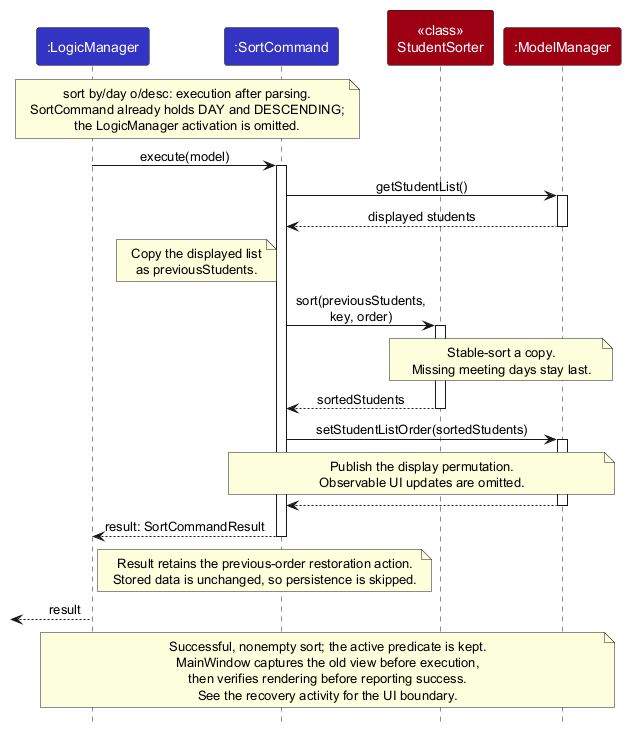
This is docs/images/SortSequenceDiagram.png from AY2627S1-CS2103-F12-1/tp, a PlantUML export, as it was before one commit.
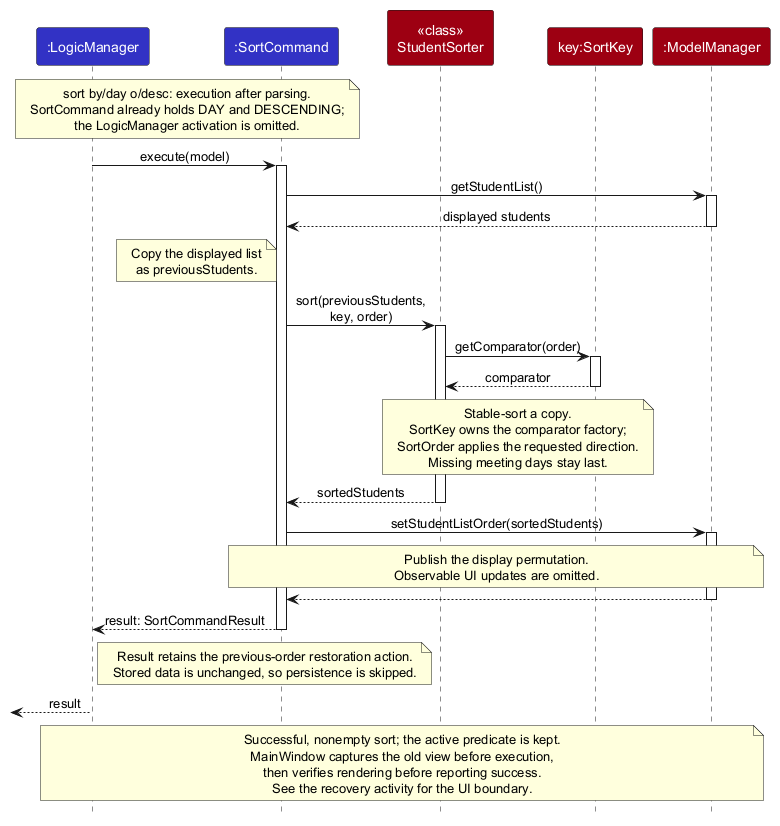
After the change.

Change to the diagram source:
```diff
@@ -5,6 +5,7 @@
 participant ":LogicManager" as Logic LOGIC_COLOR
 participant ":SortCommand" as Command LOGIC_COLOR
 participant "<<class>>\nStudentSorter" as Sorter MODEL_COLOR
+participant "key:SortKey" as Key MODEL_COLOR
 participant ":ModelManager" as Model MODEL_COLOR
 
 note over Logic, Command
@@ -21,8 +22,14 @@
 note left of Command : Copy the displayed list\nas previousStudents.
 Command -> Sorter : sort(previousStudents,\nkey, order)
 activate Sorter
-note over Sorter, Model
+Sorter -> Key : getComparator(order)
+activate Key
+Key --> Sorter : comparator
+deactivate Key
+note over Sorter, Key
   Stable-sort a copy.
+  SortKey owns the comparator factory;
+  SortOrder applies the requested direction.
   Missing meeting days stay last.
 end note
 Sorter --> Command : sortedStudents
```
